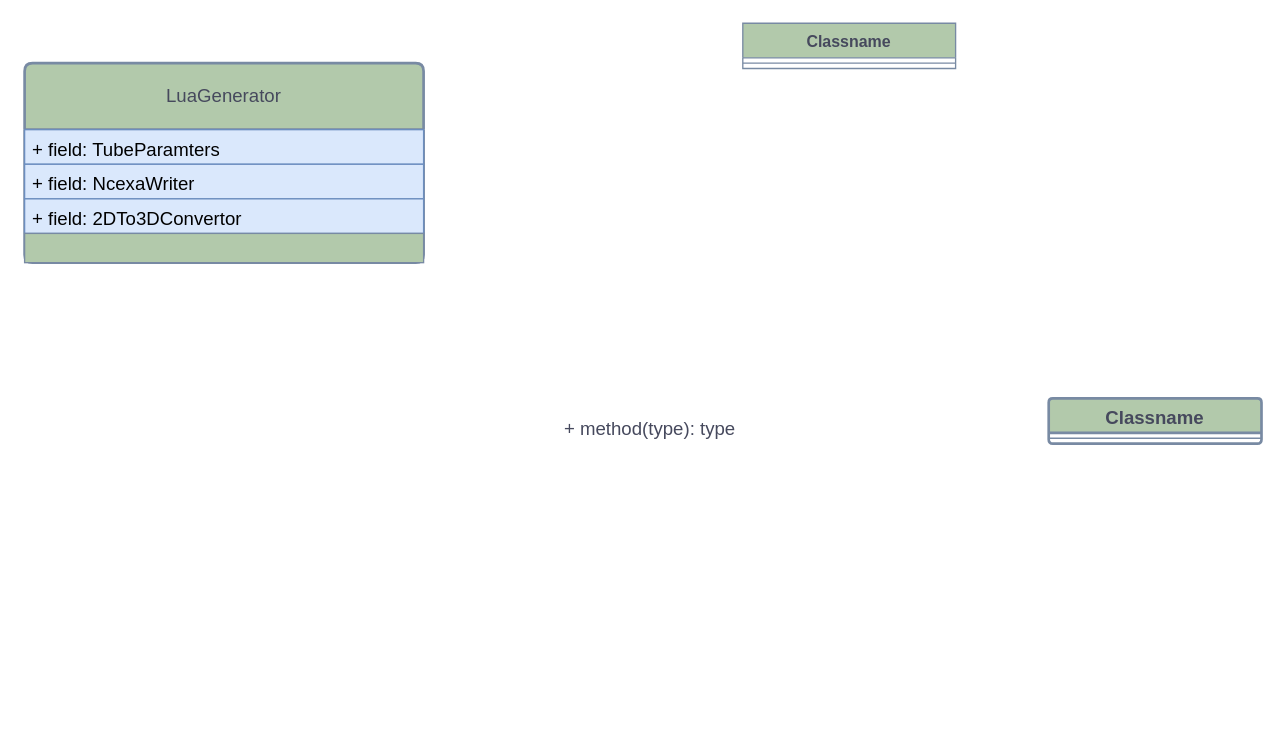
Above: laserlua.drawio in Xinghe-Xu/flowchart (draw.io), before the change. Source tidied: cells renumbered, new cells numbered last; positions are measured from the earlier drawing's top-left corner, leaving out a move shared by most shapes. Both pictures are drawn from the tidied source at 133%, with x=0, y=0 at pixel (24, 23).
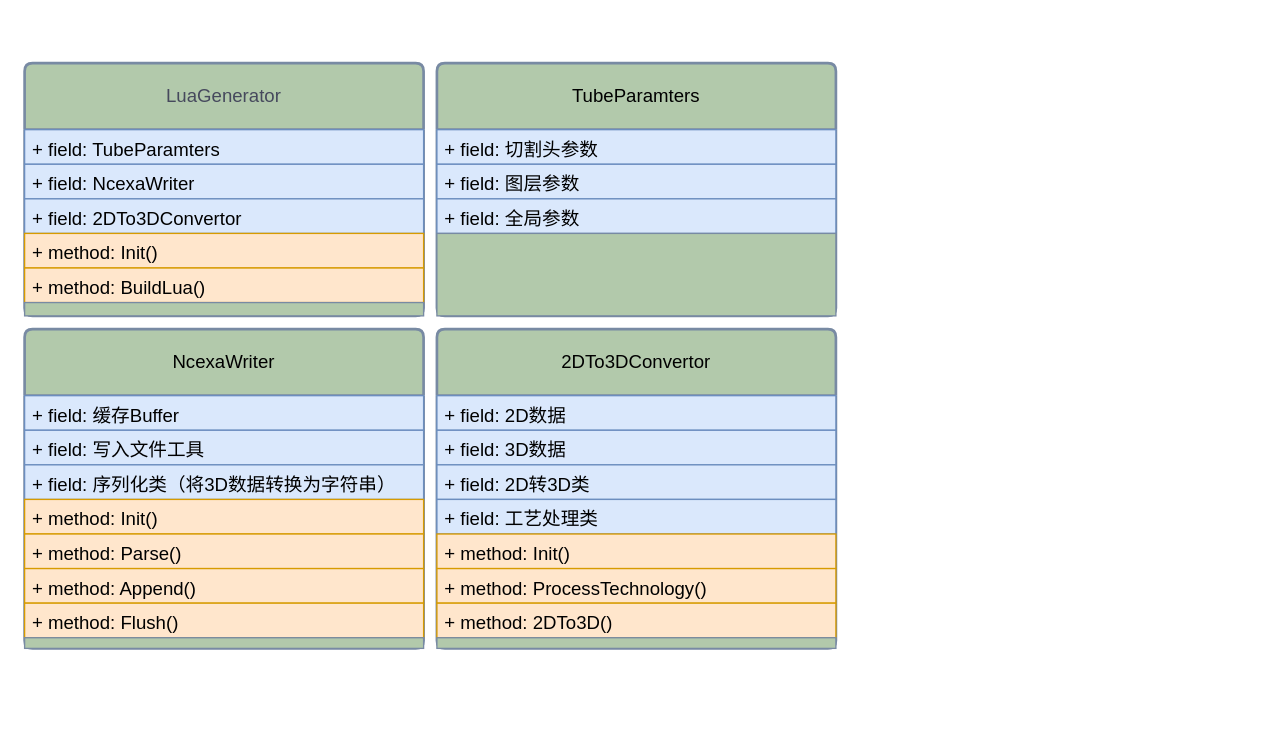
The same page after the edit.

What changed in the source:
```diff
@@
     <mxCell id="2" value="LuaGenerator" style="swimlane;horizontal=1;startSize=50;rounded=1;fontSize=14;fontStyle=0;strokeWidth=2;shadow=0;dashed=0;align=center;arcSize=4;html=1;fillColor=#B2C9AB;strokeColor=#788AA3;labelBackgroundColor=none;fontColor=#46495D;swimlaneLine=1;whiteSpace=wrap;" parent="1" vertex="1">
-      <mxGeometry y="30" width="300" height="150" as="geometry" />
+      <mxGeometry y="30" width="300" height="190" as="geometry" />
     </mxCell>
@@
+    <mxCell id="11" value="+ method: Init()" style="text;strokeColor=#d79b00;fillColor=#ffe6cc;align=left;verticalAlign=top;spacingLeft=4;spacingRight=4;overflow=hidden;whiteSpace=wrap;html=1;fontFamily=Helvetica;fontSize=14;fontStyle=0;labelBackgroundColor=none;" parent="2" vertex="1">
+      <mxGeometry y="128" width="300" height="26" as="geometry" />
+    </mxCell>
+    <mxCell id="12" value="+ method: BuildLua()" style="text;strokeColor=#d79b00;fillColor=#ffe6cc;align=left;verticalAlign=top;spacingLeft=4;spacingRight=4;overflow=hidden;whiteSpace=wrap;html=1;fontFamily=Helvetica;fontSize=14;fontStyle=0;labelBackgroundColor=none;" parent="2" vertex="1">
+      <mxGeometry y="154" width="300" height="26" as="geometry" />
+    </mxCell>
     <mxCell id="6" value="&lt;h3&gt;&lt;br&gt;&lt;/h3&gt;" style="align=left;strokeColor=#788AA3;fillColor=#B2C9AB;spacingLeft=4;fontSize=12;verticalAlign=top;html=1;labelBackgroundColor=none;fontColor=#46495D;" parent="2" vertex="1">
-      <mxGeometry y="128" width="300" height="22" as="geometry" />
+      <mxGeometry y="180" width="300" height="10" as="geometry" />
     </mxCell>
-    <mxCell id="7" value="Classname" style="swimlane;fontStyle=1;align=center;verticalAlign=top;horizontal=1;startSize=26;whiteSpace=wrap;html=1;strokeColor=#788AA3;fontColor=#46495D;fillColor=#B2C9AB;" parent="1" vertex="1">
-      <mxGeometry x="540" width="160" height="34" as="geometry" />
-    </mxCell>
-    <mxCell id="8" style="line;strokeWidth=1;fillColor=none;align=left;verticalAlign=middle;spacingTop=-1;spacingLeft=3;spacingRight=3;labelPosition=right;strokeColor=inherit;fontColor=#46495D;" parent="7" vertex="1">
-      <mxGeometry y="26" width="160" height="8" as="geometry" />
-    </mxCell>
-    <mxCell id="9" value="Classname" style="swimlane;fontStyle=1;align=center;verticalAlign=top;horizontal=1;startSize=26;whiteSpace=wrap;html=1;rounded=1;shadow=0;dashed=0;strokeColor=#788AA3;strokeWidth=2;arcSize=4;fontFamily=Helvetica;fontSize=14;fontColor=#46495D;labelBackgroundColor=none;fillColor=#B2C9AB;" parent="1" vertex="1">
-      <mxGeometry x="770" y="282" width="160" height="34" as="geometry" />
-    </mxCell>
-    <mxCell id="10" style="line;strokeWidth=1;fillColor=none;align=left;verticalAlign=middle;spacingTop=-1;spacingLeft=3;spacingRight=3;labelPosition=right;strokeColor=inherit;rounded=1;shadow=0;dashed=0;arcSize=4;fontFamily=Helvetica;fontSize=14;fontColor=#46495D;fontStyle=0;labelBackgroundColor=none;" parent="9" vertex="1">
-      <mxGeometry y="26" width="160" height="8" as="geometry" />
-    </mxCell>
-    <mxCell id="11" value="+ method(type): type" style="text;strokeColor=none;fillColor=none;align=left;verticalAlign=top;spacingLeft=4;spacingRight=4;overflow=hidden;whiteSpace=wrap;html=1;fontFamily=Helvetica;fontSize=14;fontColor=#46495D;fontStyle=0;labelBackgroundColor=none;" parent="1" vertex="1">
-      <mxGeometry x="400" y="290" width="160" height="26" as="geometry" />
-    </mxCell>
+    <mxCell id="13" value="&lt;span style=&quot;color: rgb(0, 0, 0); text-align: left;&quot;&gt;TubeParamters&lt;/span&gt;" style="swimlane;horizontal=1;startSize=50;rounded=1;fontSize=14;fontStyle=0;strokeWidth=2;shadow=0;dashed=0;align=center;arcSize=4;html=1;fillColor=#B2C9AB;strokeColor=#788AA3;labelBackgroundColor=none;fontColor=#46495D;swimlaneLine=1;whiteSpace=wrap;" parent="1" vertex="1">
+      <mxGeometry x="310" y="30" width="300" height="190" as="geometry" />
+    </mxCell>
+    <mxCell id="14" value="+ field: 切割头参数" style="text;strokeColor=#6c8ebf;fillColor=#dae8fc;align=left;verticalAlign=top;spacingLeft=4;spacingRight=4;overflow=hidden;whiteSpace=wrap;html=1;fontFamily=Helvetica;fontSize=14;fontStyle=0;labelBackgroundColor=none;" parent="13" vertex="1">
+      <mxGeometry y="50" width="300" height="26" as="geometry" />
+    </mxCell>
+    <mxCell id="15" value="+ field: 图层参数" style="text;strokeColor=#6c8ebf;fillColor=#dae8fc;align=left;verticalAlign=top;spacingLeft=4;spacingRight=4;overflow=hidden;whiteSpace=wrap;html=1;fontFamily=Helvetica;fontSize=14;fontStyle=0;labelBackgroundColor=none;" parent="13" vertex="1">
+      <mxGeometry y="76" width="300" height="26" as="geometry" />
+    </mxCell>
+    <mxCell id="16" value="+ field: 全局参数" style="text;strokeColor=#6c8ebf;fillColor=#dae8fc;align=left;verticalAlign=top;spacingLeft=4;spacingRight=4;overflow=hidden;whiteSpace=wrap;html=1;fontFamily=Helvetica;fontSize=14;fontStyle=0;labelBackgroundColor=none;" parent="13" vertex="1">
+      <mxGeometry y="102" width="300" height="26" as="geometry" />
+    </mxCell>
+    <mxCell id="17" value="&lt;h3&gt;&lt;br&gt;&lt;/h3&gt;" style="align=left;strokeColor=#788AA3;fillColor=#B2C9AB;spacingLeft=4;fontSize=12;verticalAlign=top;html=1;labelBackgroundColor=none;fontColor=#46495D;" parent="13" vertex="1">
+      <mxGeometry y="128" width="300" height="62" as="geometry" />
+    </mxCell>
+    <mxCell id="18" value="&lt;span style=&quot;color: rgb(0, 0, 0); text-align: left;&quot;&gt;NcexaWriter&lt;/span&gt;" style="swimlane;horizontal=1;startSize=50;rounded=1;fontSize=14;fontStyle=0;strokeWidth=2;shadow=0;dashed=0;align=center;arcSize=4;html=1;fillColor=#B2C9AB;strokeColor=#788AA3;labelBackgroundColor=none;fontColor=#46495D;swimlaneLine=1;whiteSpace=wrap;" parent="1" vertex="1">
+      <mxGeometry y="230" width="300" height="240" as="geometry" />
+    </mxCell>
+    <mxCell id="19" value="+ field: 缓存Buffer" style="text;strokeColor=#6c8ebf;fillColor=#dae8fc;align=left;verticalAlign=top;spacingLeft=4;spacingRight=4;overflow=hidden;whiteSpace=wrap;html=1;fontFamily=Helvetica;fontSize=14;fontStyle=0;labelBackgroundColor=none;" parent="18" vertex="1">
+      <mxGeometry y="50" width="300" height="26" as="geometry" />
+    </mxCell>
+    <mxCell id="20" value="+ field: 写入文件工具" style="text;strokeColor=#6c8ebf;fillColor=#dae8fc;align=left;verticalAlign=top;spacingLeft=4;spacingRight=4;overflow=hidden;whiteSpace=wrap;html=1;fontFamily=Helvetica;fontSize=14;fontStyle=0;labelBackgroundColor=none;" parent="18" vertex="1">
+      <mxGeometry y="76" width="300" height="26" as="geometry" />
+    </mxCell>
+    <mxCell id="21" value="+ field: 序列化类（将3D数据转换为字符串）" style="text;strokeColor=#6c8ebf;fillColor=#dae8fc;align=left;verticalAlign=top;spacingLeft=4;spacingRight=4;overflow=hidden;whiteSpace=wrap;html=1;fontFamily=Helvetica;fontSize=14;fontStyle=0;labelBackgroundColor=none;" parent="18" vertex="1">
+      <mxGeometry y="102" width="300" height="26" as="geometry" />
+    </mxCell>
+    <mxCell id="22" value="+ method: Init()" style="text;strokeColor=#d79b00;fillColor=#ffe6cc;align=left;verticalAlign=top;spacingLeft=4;spacingRight=4;overflow=hidden;whiteSpace=wrap;html=1;fontFamily=Helvetica;fontSize=14;fontStyle=0;labelBackgroundColor=none;" parent="18" vertex="1">
+      <mxGeometry y="128" width="300" height="26" as="geometry" />
+    </mxCell>
+    <mxCell id="23" value="+ method: Parse()" style="text;strokeColor=#d79b00;fillColor=#ffe6cc;align=left;verticalAlign=top;spacingLeft=4;spacingRight=4;overflow=hidden;whiteSpace=wrap;html=1;fontFamily=Helvetica;fontSize=14;fontStyle=0;labelBackgroundColor=none;" parent="18" vertex="1">
+      <mxGeometry y="154" width="300" height="26" as="geometry" />
+    </mxCell>
+    <mxCell id="24" value="+ method: Append()" style="text;strokeColor=#d79b00;fillColor=#ffe6cc;align=left;verticalAlign=top;spacingLeft=4;spacingRight=4;overflow=hidden;whiteSpace=wrap;html=1;fontFamily=Helvetica;fontSize=14;fontStyle=0;labelBackgroundColor=none;" parent="18" vertex="1">
+      <mxGeometry y="180" width="300" height="26" as="geometry" />
+    </mxCell>
+    <mxCell id="25" value="+ method: Flush()" style="text;strokeColor=#d79b00;fillColor=#ffe6cc;align=left;verticalAlign=top;spacingLeft=4;spacingRight=4;overflow=hidden;whiteSpace=wrap;html=1;fontFamily=Helvetica;fontSize=14;fontStyle=0;labelBackgroundColor=none;" parent="18" vertex="1">
+      <mxGeometry y="206" width="300" height="26" as="geometry" />
+    </mxCell>
+    <mxCell id="26" value="&lt;h3&gt;&lt;br&gt;&lt;/h3&gt;" style="align=left;strokeColor=#788AA3;fillColor=#B2C9AB;spacingLeft=4;fontSize=12;verticalAlign=top;html=1;labelBackgroundColor=none;fontColor=#46495D;" parent="18" vertex="1">
+      <mxGeometry y="232" width="300" height="8" as="geometry" />
+    </mxCell>
+    <mxCell id="27" value="&lt;span style=&quot;color: rgb(0, 0, 0); text-align: left;&quot;&gt;2DTo3DConvertor&lt;/span&gt;" style="swimlane;horizontal=1;startSize=50;rounded=1;fontSize=14;fontStyle=0;strokeWidth=2;shadow=0;dashed=0;align=center;arcSize=4;html=1;fillColor=#B2C9AB;strokeColor=#788AA3;labelBackgroundColor=none;fontColor=#46495D;swimlaneLine=1;whiteSpace=wrap;" parent="1" vertex="1">
+      <mxGeometry x="310" y="230" width="300" height="240" as="geometry" />
+    </mxCell>
+    <mxCell id="28" value="+ field: 2D数据" style="text;strokeColor=#6c8ebf;fillColor=#dae8fc;align=left;verticalAlign=top;spacingLeft=4;spacingRight=4;overflow=hidden;whiteSpace=wrap;html=1;fontFamily=Helvetica;fontSize=14;fontStyle=0;labelBackgroundColor=none;" parent="27" vertex="1">
+      <mxGeometry y="50" width="300" height="26" as="geometry" />
+    </mxCell>
+    <mxCell id="29" value="+ field: 3D数据" style="text;strokeColor=#6c8ebf;fillColor=#dae8fc;align=left;verticalAlign=top;spacingLeft=4;spacingRight=4;overflow=hidden;whiteSpace=wrap;html=1;fontFamily=Helvetica;fontSize=14;fontStyle=0;labelBackgroundColor=none;" parent="27" vertex="1">
+      <mxGeometry y="76" width="300" height="26" as="geometry" />
+    </mxCell>
+    <mxCell id="30" value="+ field: 2D转3D类" style="text;strokeColor=#6c8ebf;fillColor=#dae8fc;align=left;verticalAlign=top;spacingLeft=4;spacingRight=4;overflow=hidden;whiteSpace=wrap;html=1;fontFamily=Helvetica;fontSize=14;fontStyle=0;labelBackgroundColor=none;" parent="27" vertex="1">
+      <mxGeometry y="102" width="300" height="26" as="geometry" />
+    </mxCell>
+    <mxCell id="31" value="+ field: 工艺处理类" style="text;strokeColor=#6c8ebf;fillColor=#dae8fc;align=left;verticalAlign=top;spacingLeft=4;spacingRight=4;overflow=hidden;whiteSpace=wrap;html=1;fontFamily=Helvetica;fontSize=14;fontStyle=0;labelBackgroundColor=none;" parent="27" vertex="1">
+      <mxGeometry y="128" width="300" height="26" as="geometry" />
+    </mxCell>
+    <mxCell id="32" value="+ method: Init()" style="text;strokeColor=#d79b00;fillColor=#ffe6cc;align=left;verticalAlign=top;spacingLeft=4;spacingRight=4;overflow=hidden;whiteSpace=wrap;html=1;fontFamily=Helvetica;fontSize=14;fontStyle=0;labelBackgroundColor=none;" parent="27" vertex="1">
+      <mxGeometry y="154" width="300" height="26" as="geometry" />
+    </mxCell>
+    <mxCell id="33" value="+ method: ProcessTechnology()" style="text;strokeColor=#d79b00;fillColor=#ffe6cc;align=left;verticalAlign=top;spacingLeft=4;spacingRight=4;overflow=hidden;whiteSpace=wrap;html=1;fontFamily=Helvetica;fontSize=14;fontStyle=0;labelBackgroundColor=none;" parent="27" vertex="1">
+      <mxGeometry y="180" width="300" height="26" as="geometry" />
+    </mxCell>
+    <mxCell id="34" value="+ method: 2DTo3D()" style="text;strokeColor=#d79b00;fillColor=#ffe6cc;align=left;verticalAlign=top;spacingLeft=4;spacingRight=4;overflow=hidden;whiteSpace=wrap;html=1;fontFamily=Helvetica;fontSize=14;fontStyle=0;labelBackgroundColor=none;" parent="27" vertex="1">
+      <mxGeometry y="206" width="300" height="26" as="geometry" />
+    </mxCell>
+    <mxCell id="35" value="&lt;h3&gt;&lt;br&gt;&lt;/h3&gt;" style="align=left;strokeColor=#788AA3;fillColor=#B2C9AB;spacingLeft=4;fontSize=12;verticalAlign=top;html=1;labelBackgroundColor=none;fontColor=#46495D;" parent="27" vertex="1">
+      <mxGeometry y="232" width="300" height="8" as="geometry" />
+    </mxCell>
```
